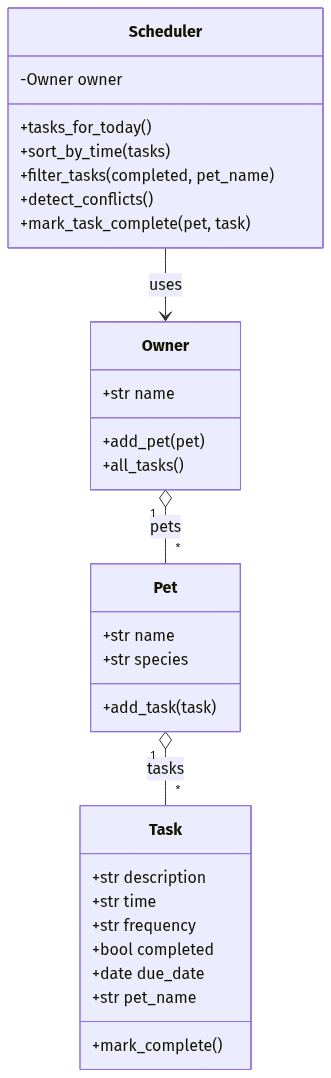
Before: uml_final.png, a diagram exported from Mermaid (spowelldv/ai110-module2show-pawpal-starter). Its source is kept beside it as uml_final.mmd.
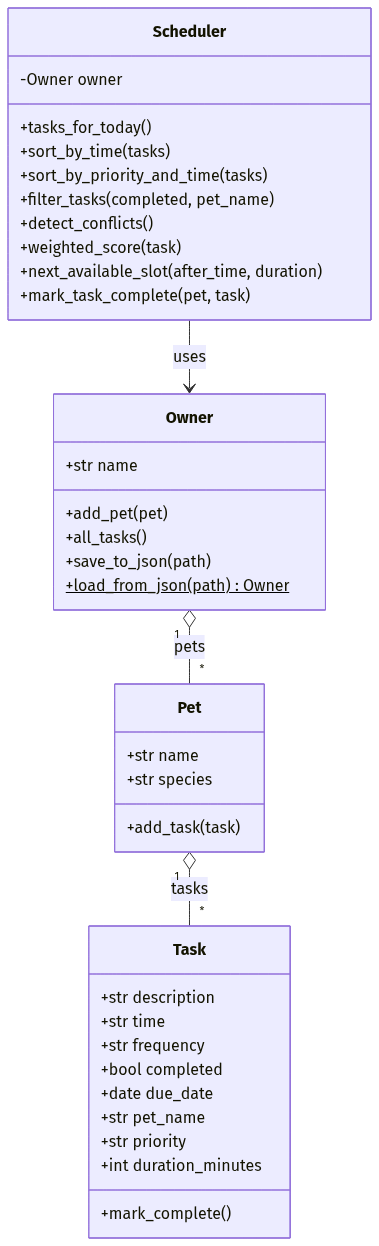
After the change.

Commit message:
Add extensions: priority, JSON save/load, next slot, tabulate CLI, tests, docs, UML, screenshot

What changed in the source:
```diff
@@ -8,6 +8,8 @@
         +bool completed
         +date due_date
         +str pet_name
+        +str priority
+        +int duration_minutes
         +mark_complete()
     }
 
@@ -21,14 +23,19 @@
         +str name
         +add_pet(pet)
         +all_tasks()
+        +save_to_json(path)
+        +load_from_json(path) Owner$
     }
 
     class Scheduler {
         -Owner owner
         +tasks_for_today()
         +sort_by_time(tasks)
+        +sort_by_priority_and_time(tasks)
         +filter_tasks(completed, pet_name)
         +detect_conflicts()
+        +weighted_score(task)
+        +next_available_slot(after_time, duration)
         +mark_task_complete(pet, task)
     }
 
```
